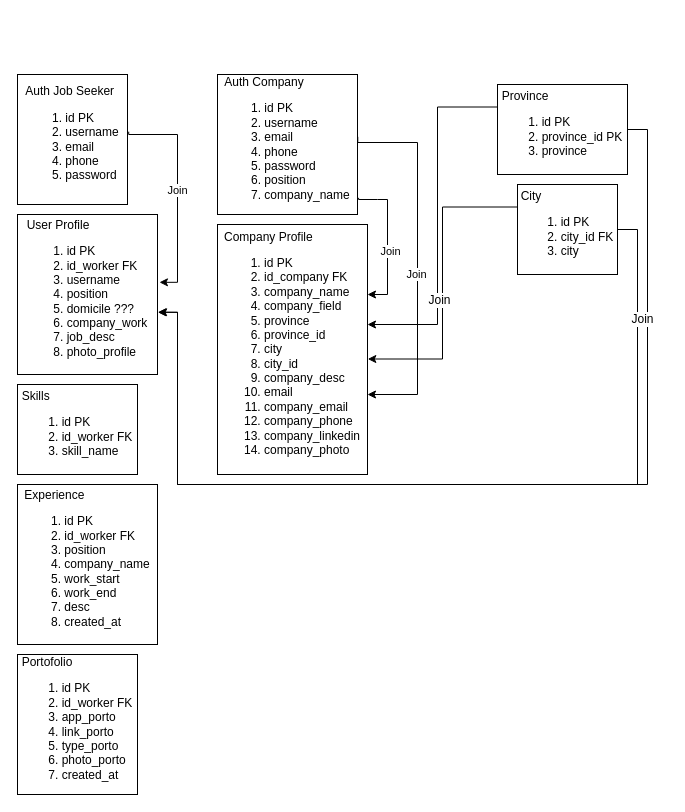
The draw.io diagram RawDatabaseDiagram.drawio in LKanugrahan/StorageTeamProjectBE, before the edit. Source tidied: cells renumbered, new cells numbered last; positions are measured from the earlier drawing's top-left corner, leaving out a move shared by most shapes. Both pictures are drawn from the tidied source at 100%, with x=0, y=0 at pixel (17, 74).
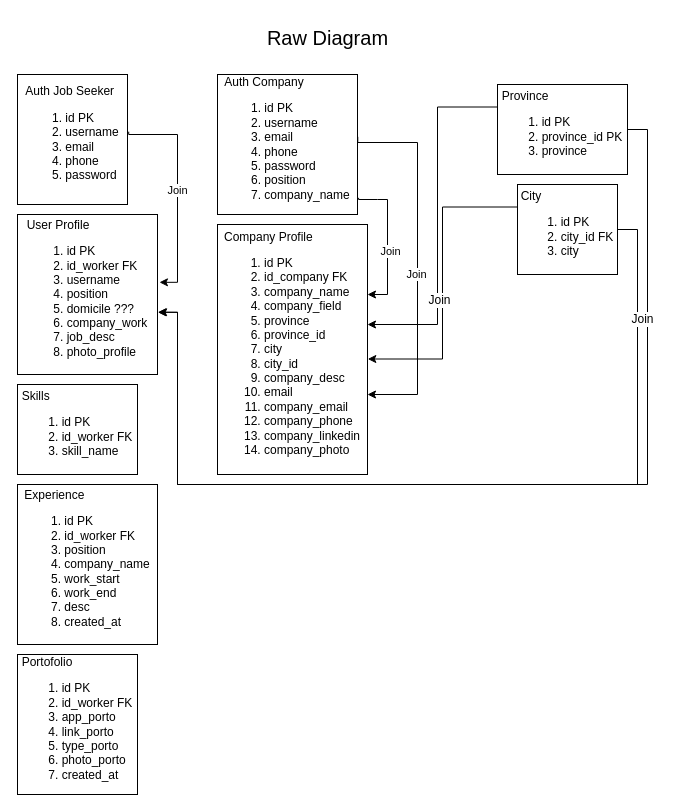
After the change.

What changed in the source:
```diff
@@
+    <mxCell id="23" value="&lt;font style=&quot;font-size: 20px;&quot;&gt;Raw Diagram&lt;/font&gt;" style="text;html=1;align=center;verticalAlign=middle;strokeColor=none;fillColor=none;" parent="1" vertex="1">
+      <mxGeometry x="240" y="-57" width="140" height="40" as="geometry" />
+    </mxCell>
```
